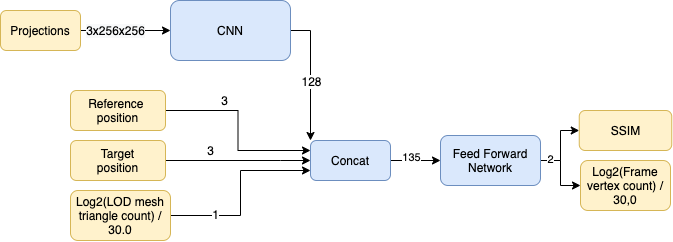
Earlier version of the draw.io export documentation/images/tesi_diagram.png (frankplus/Deep-3D-optimization). Source tidied: cells renumbered, new cells last; positions are measured from the earlier drawing's top-left corner, leaving out a move shared by most shapes.
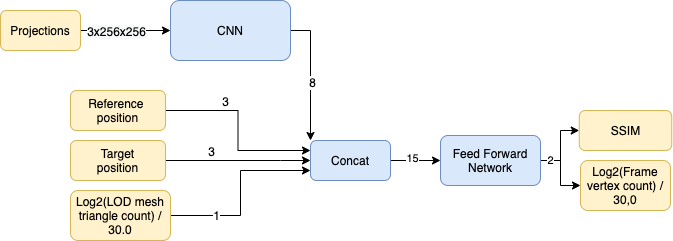
The same diagram one commit later.

Change to the diagram source:
```diff
@@ -5,7 +5,7 @@
     <mxCell id="2" style="edgeStyle=orthogonalEdgeStyle;rounded=0;jettySize=auto;html=1;entryX=0;entryY=0;entryDx=0;entryDy=0;" parent="1" edge="1" source="4" target="7">
       <mxGeometry relative="1" as="geometry" />
     </mxCell>
-    <mxCell id="3" value="&lt;font style=&quot;font-size: 12px&quot;&gt;128&lt;/font&gt;" style="edgeLabel;html=1;align=center;verticalAlign=middle;" parent="2" vertex="1">
+    <mxCell id="3" value="&lt;font style=&quot;font-size: 12px&quot;&gt;8&lt;/font&gt;" style="edgeLabel;html=1;align=center;verticalAlign=middle;" parent="2" vertex="1">
       <mxGeometry x="0.09" y="1" relative="1" as="geometry" />
     </mxCell>
     <mxCell id="4" value="CNN" style="rounded=1;whiteSpace=wrap;html=1;fillColor=#dae8fc;strokeColor=#6c8ebf;" parent="1" vertex="1">
@@ -14,7 +14,7 @@
     <mxCell id="5" style="edgeStyle=orthogonalEdgeStyle;rounded=0;jettySize=auto;html=1;" parent="1" edge="1" source="7" target="23">
       <mxGeometry relative="1" as="geometry" />
     </mxCell>
-    <mxCell id="6" value="135" style="edgeLabel;html=1;align=center;verticalAlign=middle;" parent="5" vertex="1">
+    <mxCell id="6" value="15" style="edgeLabel;html=1;align=center;verticalAlign=middle;" parent="5" vertex="1">
       <mxGeometry x="-0.17" y="3" relative="1" as="geometry" />
     </mxCell>
     <mxCell id="7" value="Concat" style="rounded=1;whiteSpace=wrap;html=1;fillColor=#dae8fc;strokeColor=#6c8ebf;" parent="1" vertex="1">
```
